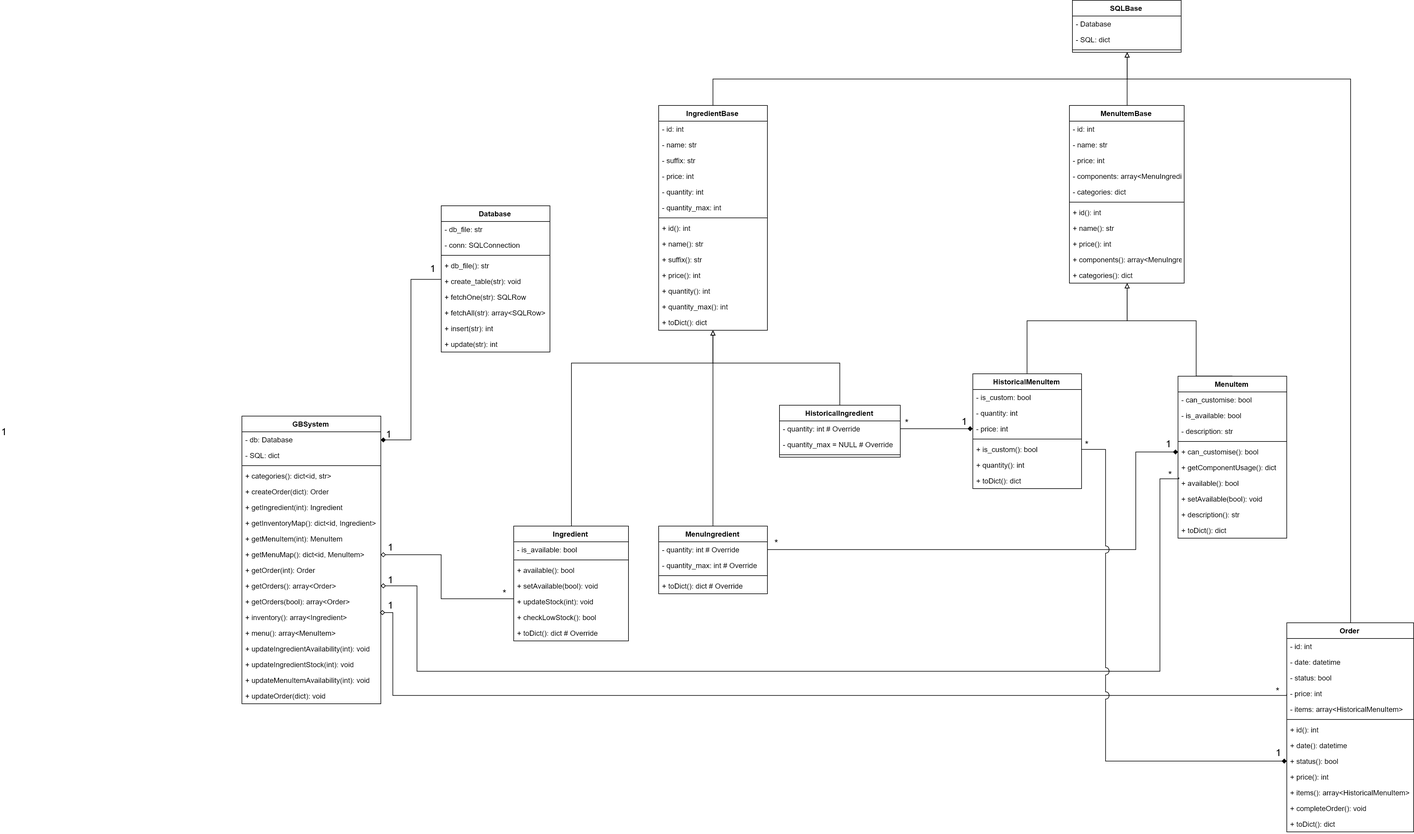
Above: docs/class diagram.v2-extended.png in featherbear/UNSW-COMP1531-Assignment (draw.io), before the change. Source tidied: cells renumbered, new cells last; positions are measured from the earlier drawing's top-left corner, leaving out a move shared by most shapes.
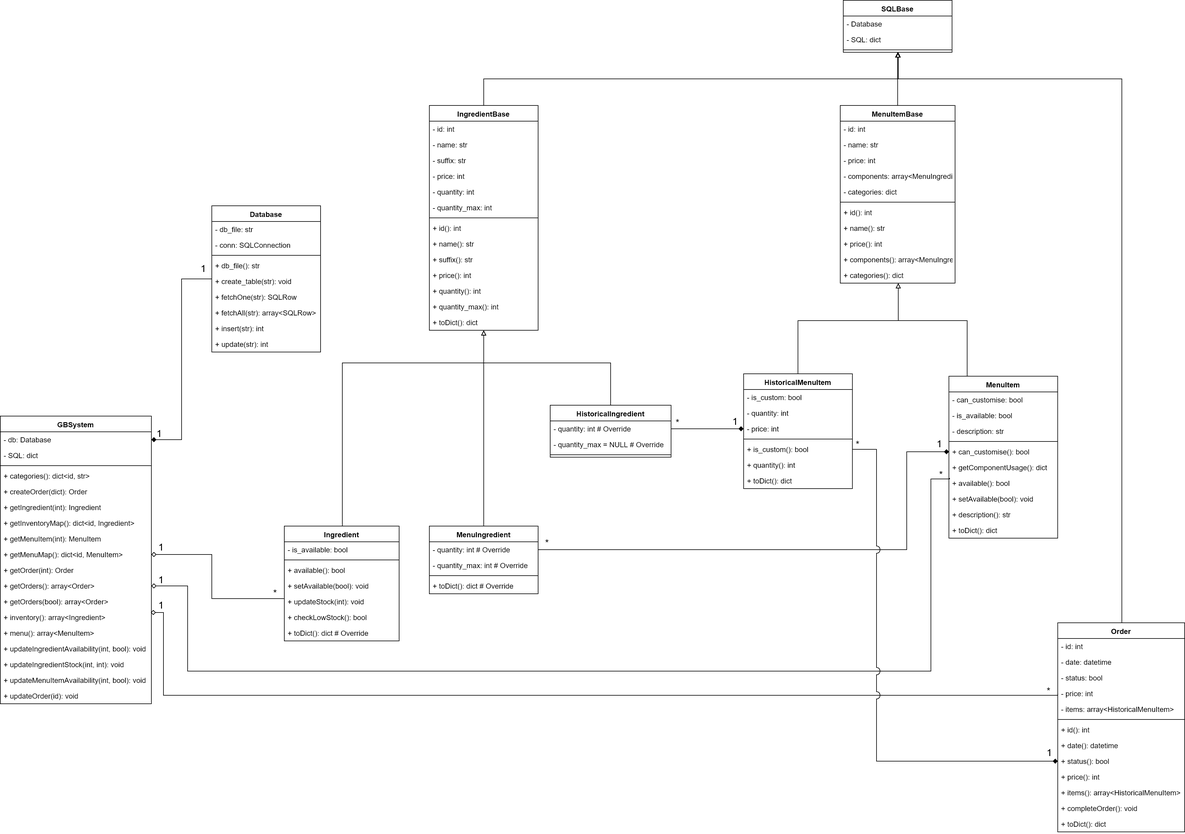
After the change.

Commit message:
Update class diagram

Change to the diagram source:
```diff
@@ -412,65 +412,62 @@
       <mxGeometry x="1794" y="723" width="20" height="20" as="geometry" />
     </mxCell>
     <mxCell id="119" value="GBSystem" style="swimlane;fontStyle=1;align=center;verticalAlign=top;horizontal=1;startSize=26;" parent="1" vertex="1">
-      <mxGeometry x="400" y="688" width="230" height="476" as="geometry" />
+      <mxGeometry x="380" y="688" width="250" height="476" as="geometry" />
     </mxCell>
     <mxCell id="120" value="- db: Database" style="text;strokeColor=none;fillColor=none;align=left;verticalAlign=top;spacingLeft=4;spacingRight=4;overflow=hidden;points=[[0,0.5],[1,0.5]];portConstraint=eastwest;fontStyle=0;" parent="119" vertex="1">
-      <mxGeometry y="26" width="230" height="26" as="geometry" />
+      <mxGeometry y="26" width="250" height="26" as="geometry" />
     </mxCell>
     <mxCell id="121" value="- SQL: dict" style="text;strokeColor=none;fillColor=none;align=left;verticalAlign=top;spacingLeft=4;spacingRight=4;overflow=hidden;fontStyle=0;" parent="119" vertex="1">
-      <mxGeometry y="52" width="230" height="26" as="geometry" />
+      <mxGeometry y="52" width="250" height="26" as="geometry" />
     </mxCell>
     <mxCell id="122" style="line;strokeWidth=1;fillColor=none;align=left;verticalAlign=middle;spacingTop=-1;spacingLeft=3;spacingRight=3;labelPosition=right;fontStyle=0;" parent="119" vertex="1">
-      <mxGeometry y="78" width="230" height="8" as="geometry" />
+      <mxGeometry y="78" width="250" height="8" as="geometry" />
     </mxCell>
     <mxCell id="123" value="+ categories(): dict&lt;id, str&gt;" style="text;strokeColor=none;fillColor=none;align=left;verticalAlign=top;spacingLeft=4;spacingRight=4;overflow=hidden;fontStyle=0;" parent="119" vertex="1">
-      <mxGeometry y="86" width="230" height="26" as="geometry" />
+      <mxGeometry y="86" width="250" height="26" as="geometry" />
     </mxCell>
     <mxCell id="124" value="+ createOrder(dict): Order" style="text;strokeColor=none;fillColor=none;align=left;verticalAlign=top;spacingLeft=4;spacingRight=4;overflow=hidden;fontStyle=0;" parent="119" vertex="1">
-      <mxGeometry y="112" width="230" height="26" as="geometry" />
+      <mxGeometry y="112" width="250" height="26" as="geometry" />
     </mxCell>
     <mxCell id="125" value="+ getIngredient(int): Ingredient" style="text;strokeColor=none;fillColor=none;align=left;verticalAlign=top;spacingLeft=4;spacingRight=4;overflow=hidden;fontStyle=0;" parent="119" vertex="1">
-      <mxGeometry y="138" width="230" height="26" as="geometry" />
+      <mxGeometry y="138" width="250" height="26" as="geometry" />
     </mxCell>
     <mxCell id="126" value="+ getInventoryMap(): dict&lt;id, Ingredient&gt;" style="text;strokeColor=none;fillColor=none;align=left;verticalAlign=top;spacingLeft=4;spacingRight=4;overflow=hidden;fontStyle=0;" parent="119" vertex="1">
-      <mxGeometry y="164" width="230" height="26" as="geometry" />
+      <mxGeometry y="164" width="250" height="26" as="geometry" />
     </mxCell>
     <mxCell id="127" value="+ getMenuItem(int): MenuItem" style="text;strokeColor=none;fillColor=none;align=left;verticalAlign=top;spacingLeft=4;spacingRight=4;overflow=hidden;fontStyle=0;" parent="119" vertex="1">
-      <mxGeometry y="190" width="230" height="26" as="geometry" />
+      <mxGeometry y="190" width="250" height="26" as="geometry" />
     </mxCell>
     <mxCell id="128" value="+ getMenuMap(): dict&lt;id, MenuItem&gt;" style="text;strokeColor=none;fillColor=none;align=left;verticalAlign=top;spacingLeft=4;spacingRight=4;overflow=hidden;points=[[0,0.5],[1,0.5]];portConstraint=eastwest;fontStyle=0;" parent="119" vertex="1">
-      <mxGeometry y="216" width="230" height="26" as="geometry" />
+      <mxGeometry y="216" width="250" height="26" as="geometry" />
     </mxCell>
     <mxCell id="129" value="+ getOrder(int): Order" style="text;strokeColor=none;fillColor=none;align=left;verticalAlign=top;spacingLeft=4;spacingRight=4;overflow=hidden;fontStyle=0;" parent="119" vertex="1">
-      <mxGeometry y="242" width="230" height="26" as="geometry" />
+      <mxGeometry y="242" width="250" height="26" as="geometry" />
     </mxCell>
     <mxCell id="130" value="+ getOrders(): array&lt;Order&gt;" style="text;strokeColor=none;fillColor=none;align=left;verticalAlign=top;spacingLeft=4;spacingRight=4;overflow=hidden;points=[[0,0.5],[1,0.5]];portConstraint=eastwest;fontStyle=0;" parent="119" vertex="1">
-      <mxGeometry y="268" width="230" height="26" as="geometry" />
+      <mxGeometry y="268" width="250" height="26" as="geometry" />
     </mxCell>
     <mxCell id="131" value="+ getOrders(bool): array&lt;Order&gt;" style="text;strokeColor=none;fillColor=none;align=left;verticalAlign=top;spacingLeft=4;spacingRight=4;overflow=hidden;fontStyle=0;" parent="119" vertex="1">
-      <mxGeometry y="294" width="230" height="26" as="geometry" />
+      <mxGeometry y="294" width="250" height="26" as="geometry" />
     </mxCell>
     <mxCell id="132" value="+ inventory(): array&lt;Ingredient&gt;" style="text;strokeColor=none;fillColor=none;align=left;verticalAlign=top;spacingLeft=4;spacingRight=4;overflow=hidden;points=[[0,0.5],[1,0.5]];portConstraint=eastwest;fontStyle=0;" parent="119" vertex="1">
-      <mxGeometry y="320" width="230" height="26" as="geometry" />
+      <mxGeometry y="320" width="250" height="26" as="geometry" />
     </mxCell>
     <mxCell id="133" value="+ menu(): array&lt;MenuItem&gt;" style="text;strokeColor=none;fillColor=none;align=left;verticalAlign=top;spacingLeft=4;spacingRight=4;overflow=hidden;fontStyle=0;" parent="119" vertex="1">
-      <mxGeometry y="346" width="230" height="26" as="geometry" />
+      <mxGeometry y="346" width="250" height="26" as="geometry" />
     </mxCell>
-    <mxCell id="134" value="+ updateIngredientAvailability(int): void" style="text;strokeColor=none;fillColor=none;align=left;verticalAlign=top;spacingLeft=4;spacingRight=4;overflow=hidden;fontStyle=0;" parent="119" vertex="1">
-      <mxGeometry y="372" width="230" height="26" as="geometry" />
+    <mxCell id="134" value="+ updateIngredientAvailability(int, bool): void" style="text;strokeColor=none;fillColor=none;align=left;verticalAlign=top;spacingLeft=4;spacingRight=4;overflow=hidden;fontStyle=0;" parent="119" vertex="1">
+      <mxGeometry y="372" width="250" height="26" as="geometry" />
     </mxCell>
-    <mxCell id="135" value="+ updateIngredientStock(int): void" style="text;strokeColor=none;fillColor=none;align=left;verticalAlign=top;spacingLeft=4;spacingRight=4;overflow=hidden;fontStyle=0;" parent="119" vertex="1">
-      <mxGeometry y="398" width="230" height="26" as="geometry" />
+    <mxCell id="135" value="+ updateIngredientStock(int, int): void" style="text;strokeColor=none;fillColor=none;align=left;verticalAlign=top;spacingLeft=4;spacingRight=4;overflow=hidden;fontStyle=0;" parent="119" vertex="1">
+      <mxGeometry y="398" width="250" height="26" as="geometry" />
     </mxCell>
-    <mxCell id="136" value="+ updateMenuItemAvailability(int): void" style="text;strokeColor=none;fillColor=none;align=left;verticalAlign=top;spacingLeft=4;spacingRight=4;overflow=hidden;fontStyle=0;" parent="119" vertex="1">
-      <mxGeometry y="424" width="230" height="26" as="geometry" />
+    <mxCell id="136" value="+ updateMenuItemAvailability(int, bool): void" style="text;strokeColor=none;fillColor=none;align=left;verticalAlign=top;spacingLeft=4;spacingRight=4;overflow=hidden;fontStyle=0;" parent="119" vertex="1">
+      <mxGeometry y="424" width="250" height="26" as="geometry" />
     </mxCell>
-    <mxCell id="137" value="+ updateOrder(dict): void" style="text;strokeColor=none;fillColor=none;align=left;verticalAlign=top;spacingLeft=4;spacingRight=4;overflow=hidden;fontStyle=0;" parent="119" vertex="1">
-      <mxGeometry y="450" width="230" height="26" as="geometry" />
+    <mxCell id="137" value="+ updateOrder(id): void" style="text;strokeColor=none;fillColor=none;align=left;verticalAlign=top;spacingLeft=4;spacingRight=4;overflow=hidden;fontStyle=0;" parent="119" vertex="1">
+      <mxGeometry y="450" width="250" height="26" as="geometry" />
     </mxCell>
-    <mxCell id="138" value="&lt;div style=&quot;text-align: center&quot;&gt;&lt;span style=&quot;font-size: 16px&quot;&gt;1&lt;/span&gt;&lt;/div&gt;" style="text;html=1;align=left;verticalAlign=top;spacingTop=-4;" parent="1" vertex="1">
-      <mxGeometry y="702" width="20" height="20" as="geometry" />
-    </mxCell>
     <mxCell id="139" value="&lt;div style=&quot;text-align: center&quot;&gt;&lt;span style=&quot;font-size: 16px&quot;&gt;1&lt;/span&gt;&lt;/div&gt;" style="text;html=1;align=left;verticalAlign=top;spacingTop=-4;" parent="1" vertex="1">
       <mxGeometry x="640" y="893" width="20" height="20" as="geometry" />
     </mxCell>
```
